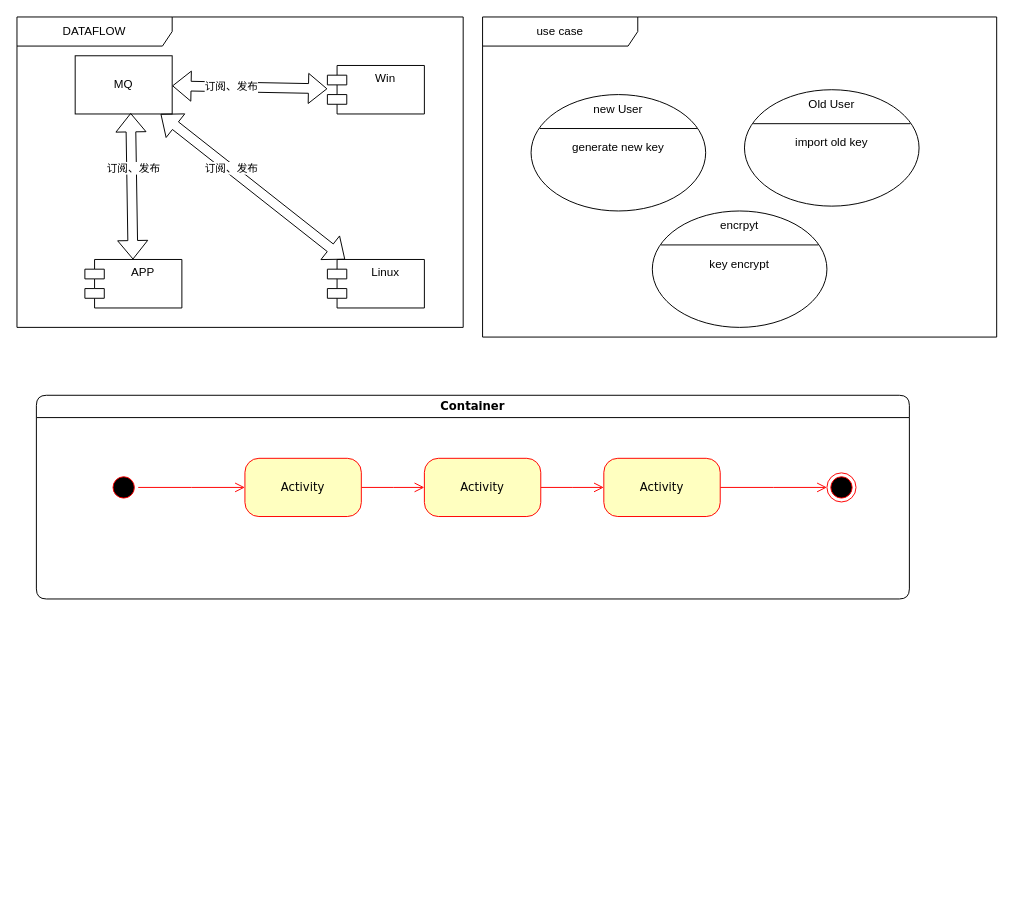
The draw.io diagram d4/cloudcopy.drawio in top4s/drawio, before the edit. Source tidied: cells renumbered, new cells numbered last; positions are measured from the earlier drawing's top-left corner, leaving out a move shared by most shapes. Both pictures are drawn from the tidied source at 97%, with x=0, y=0 at pixel (16, 16).
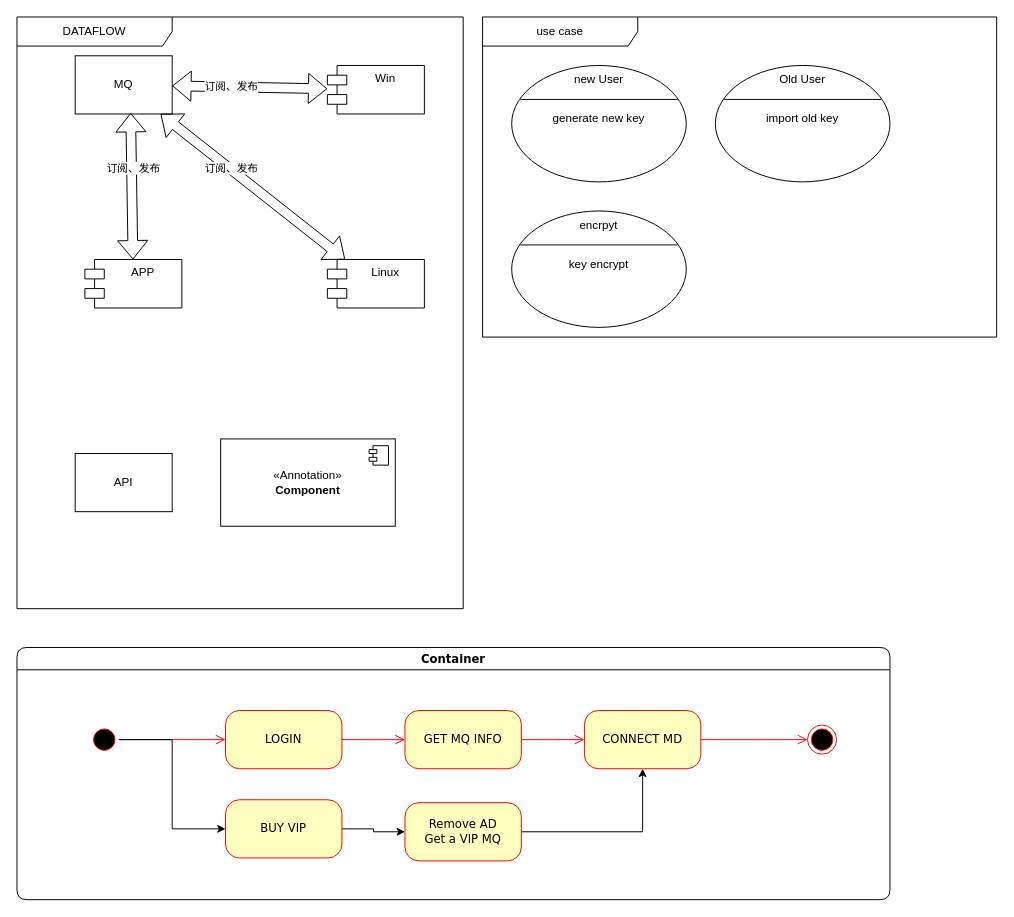
The same page after the edit.

The change refers to these unchanged cells:
```xml
<mxCell id="7" style="ellipse;html=1;shape=startState;fillColor=#000000;strokeColor=#ff0000;rounded=1;shadow=0;comic=0;labelBackgroundColor=none;fontFamily=Verdana;fontSize=12;fontColor=#000000;align=center;direction=south;" parent="2" vertex="1">
  <mxGeometry x="75" y="80" width="30" height="30" as="geometry" />
</mxCell>
<mxCell id="23" value="&lt;div&gt;use case&lt;/div&gt;" style="shape=umlFrame;whiteSpace=wrap;html=1;width=160;" parent="1" vertex="1">
  <mxGeometry x="480" width="530" height="330" as="geometry" />
</mxCell>
```

The edit, as a diff of the source:
```diff
@@
     <mxCell id="2" value="Container" style="swimlane;whiteSpace=wrap;html=1;rounded=1;shadow=0;comic=0;labelBackgroundColor=none;strokeWidth=1;fontFamily=Verdana;fontSize=12;align=center;" parent="1" vertex="1">
-      <mxGeometry x="20" y="390" width="900" height="210" as="geometry" />
+      <mxGeometry y="650" width="900" height="260" as="geometry" />
     </mxCell>
@@
-    <mxCell id="4" value="Activity" style="rounded=1;whiteSpace=wrap;html=1;arcSize=24;fillColor=#ffffc0;strokeColor=#ff0000;shadow=0;comic=0;labelBackgroundColor=none;fontFamily=Verdana;fontSize=12;fontColor=#000000;align=center;" parent="2" vertex="1">
+    <mxCell id="4" value="LOGIN" style="rounded=1;whiteSpace=wrap;html=1;arcSize=24;fillColor=#ffffc0;strokeColor=#ff0000;shadow=0;comic=0;labelBackgroundColor=none;fontFamily=Verdana;fontSize=12;fontColor=#000000;align=center;" parent="2" vertex="1">
       <mxGeometry x="215" y="65" width="120" height="60" as="geometry" />
     </mxCell>
@@
+    <mxCell id="36" style="edgeStyle=orthogonalEdgeStyle;rounded=0;jettySize=auto;html=1;entryX=0;entryY=0.5;entryDx=0;entryDy=0;" parent="2" edge="1" source="7" target="38">
+      <mxGeometry relative="1" as="geometry" />
+    </mxCell>
@@
-    <mxCell id="9" value="Activity" style="rounded=1;whiteSpace=wrap;html=1;arcSize=24;fillColor=#ffffc0;strokeColor=#ff0000;shadow=0;comic=0;labelBackgroundColor=none;fontFamily=Verdana;fontSize=12;fontColor=#000000;align=center;" parent="2" vertex="1">
+    <mxCell id="9" value="GET MQ INFO" style="rounded=1;whiteSpace=wrap;html=1;arcSize=24;fillColor=#ffffc0;strokeColor=#ff0000;shadow=0;comic=0;labelBackgroundColor=none;fontFamily=Verdana;fontSize=12;fontColor=#000000;align=center;" parent="2" vertex="1">
       <mxGeometry x="400" y="65" width="120" height="60" as="geometry" />
     </mxCell>
@@
-    <mxCell id="11" value="Activity" style="rounded=1;whiteSpace=wrap;html=1;arcSize=24;fillColor=#ffffc0;strokeColor=#ff0000;shadow=0;comic=0;labelBackgroundColor=none;fontFamily=Verdana;fontSize=12;fontColor=#000000;align=center;" parent="2" vertex="1">
+    <mxCell id="11" value="CONNECT MD" style="rounded=1;whiteSpace=wrap;html=1;arcSize=24;fillColor=#ffffc0;strokeColor=#ff0000;shadow=0;comic=0;labelBackgroundColor=none;fontFamily=Verdana;fontSize=12;fontColor=#000000;align=center;" parent="2" vertex="1">
       <mxGeometry x="585" y="65" width="120" height="60" as="geometry" />
     </mxCell>
+    <mxCell id="37" style="edgeStyle=orthogonalEdgeStyle;rounded=0;jettySize=auto;html=1;" parent="2" edge="1" source="38" target="40">
+      <mxGeometry relative="1" as="geometry" />
+    </mxCell>
+    <mxCell id="38" value="BUY VIP" style="rounded=1;whiteSpace=wrap;html=1;arcSize=24;fillColor=#ffffc0;strokeColor=#ff0000;shadow=0;comic=0;labelBackgroundColor=none;fontFamily=Verdana;fontSize=12;fontColor=#000000;align=center;" parent="2" vertex="1">
+      <mxGeometry x="215" y="157" width="120" height="60" as="geometry" />
+    </mxCell>
+    <mxCell id="39" style="edgeStyle=orthogonalEdgeStyle;rounded=0;jettySize=auto;html=1;" parent="2" edge="1" source="40" target="11">
+      <mxGeometry relative="1" as="geometry" />
+    </mxCell>
+    <mxCell id="40" value="&lt;div&gt;Remove AD&lt;/div&gt;&lt;div&gt;Get a VIP MQ&lt;br&gt;&lt;/div&gt;" style="rounded=1;whiteSpace=wrap;html=1;arcSize=24;fillColor=#ffffc0;strokeColor=#ff0000;shadow=0;comic=0;labelBackgroundColor=none;fontFamily=Verdana;fontSize=12;fontColor=#000000;align=center;" parent="2" vertex="1">
+      <mxGeometry x="400" y="160" width="120" height="60" as="geometry" />
+    </mxCell>
     <mxCell id="12" value="DATAFLOW" style="shape=umlFrame;whiteSpace=wrap;html=1;width=160;" parent="1" vertex="1">
-      <mxGeometry width="460" height="320" as="geometry" />
+      <mxGeometry width="460" height="610" as="geometry" />
     </mxCell>
@@
+    <mxCell id="41" value="API" style="html=1;align=center;verticalAlign=middle;dashed=0;whiteSpace=wrap;" parent="12" vertex="1">
+      <mxGeometry x="60" y="450" width="100" height="60" as="geometry" />
+    </mxCell>
+    <mxCell id="42" value="&amp;laquo;Annotation&amp;raquo;&lt;br/&gt;&lt;b&gt;Component&lt;/b&gt;" style="html=1;whiteSpace=wrap;" parent="12" vertex="1">
+      <mxGeometry x="210" y="435" width="180" height="90" as="geometry" />
+    </mxCell>
+    <mxCell id="43" style="shape=module;jettyWidth=8;jettyHeight=4;" parent="42" vertex="1">
+      <mxGeometry x="1" width="20" height="20" relative="1" as="geometry">
+        <mxPoint x="-27" y="7" as="offset" />
+      </mxGeometry>
+    </mxCell>
@@
     <mxCell id="24" style="shape=ellipse;horizontal=1;html=1;dashed=0;" parent="23" vertex="1">
-      <mxGeometry x="50" y="80" width="180" height="120" as="geometry" />
+      <mxGeometry x="30" y="50" width="180" height="120" as="geometry" />
     </mxCell>
@@
     <mxCell id="28" style="shape=ellipse;horizontal=1;html=1;dashed=0;" parent="23" vertex="1">
-      <mxGeometry x="270" y="75" width="180" height="120" as="geometry" />
+      <mxGeometry x="240" y="50" width="180" height="120" as="geometry" />
     </mxCell>
@@
     <mxCell id="32" style="shape=ellipse;horizontal=1;html=1;dashed=0;" parent="23" vertex="1">
-      <mxGeometry x="175" y="200" width="180" height="120" as="geometry" />
+      <mxGeometry x="30" y="200" width="180" height="120" as="geometry" />
     </mxCell>
```
